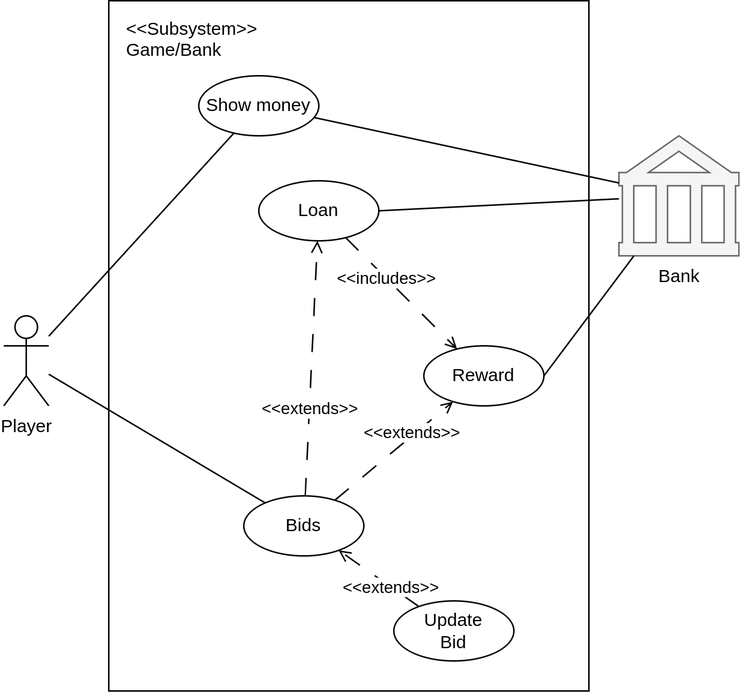
This is docs/use-cases/game.png from HugoMendes98/HES_ASAD-roulette, a draw.io export, as it was before one commit. Source tidied: cells renumbered, new cells last; positions are measured from the earlier drawing's top-left corner, leaving out a move shared by most shapes.
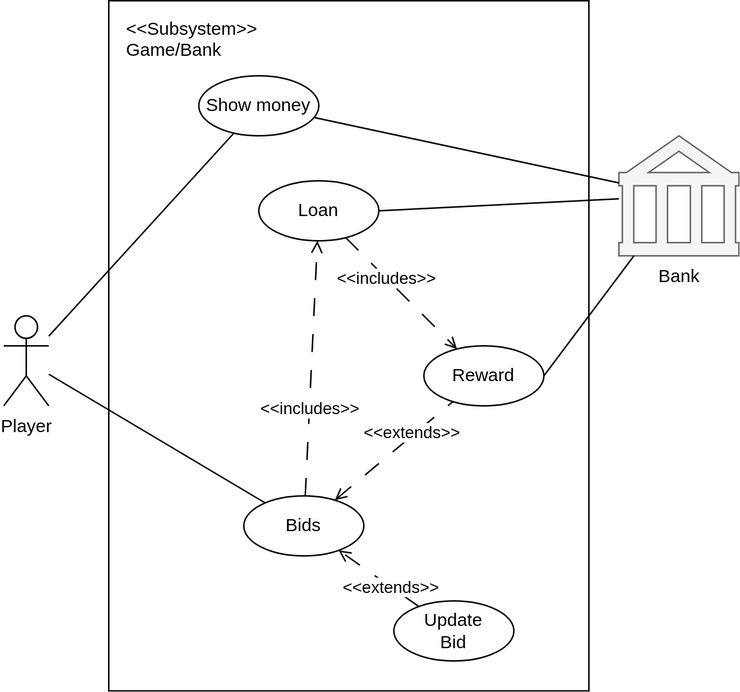
Later version of the same file.

The edit, as a diff of the source:
```diff
@@ -35,10 +35,10 @@
     <mxCell id="12" style="edgeStyle=none;html=1;dashed=1;dashPattern=12 12;startArrow=none;startFill=0;endArrow=open;endFill=0;" parent="1" edge="1" source="6" target="11">
       <mxGeometry relative="1" as="geometry" />
     </mxCell>
-    <mxCell id="13" value="&amp;lt;&amp;lt;extends&amp;gt;&amp;gt;" style="edgeLabel;html=1;align=center;verticalAlign=middle;" parent="12" vertex="1">
+    <mxCell id="13" value="&amp;lt;&amp;lt;includes&amp;gt;&amp;gt;" style="edgeLabel;html=1;align=center;verticalAlign=middle;" parent="12" vertex="1">
       <mxGeometry x="-0.3" relative="1" as="geometry" />
     </mxCell>
-    <mxCell id="14" style="edgeStyle=none;html=1;dashed=1;dashPattern=12 12;startArrow=none;startFill=0;endArrow=open;endFill=0;" parent="1" edge="1" source="6" target="9">
+    <mxCell id="14" style="edgeStyle=none;html=1;dashed=1;dashPattern=12 12;startArrow=open;startFill=0;endArrow=none;endFill=0;" parent="1" edge="1" source="6" target="9">
       <mxGeometry relative="1" as="geometry" />
     </mxCell>
     <mxCell id="15" value="&amp;lt;&amp;lt;extends&amp;gt;&amp;gt;" style="edgeLabel;html=1;align=center;verticalAlign=middle;" parent="14" vertex="1">
```
